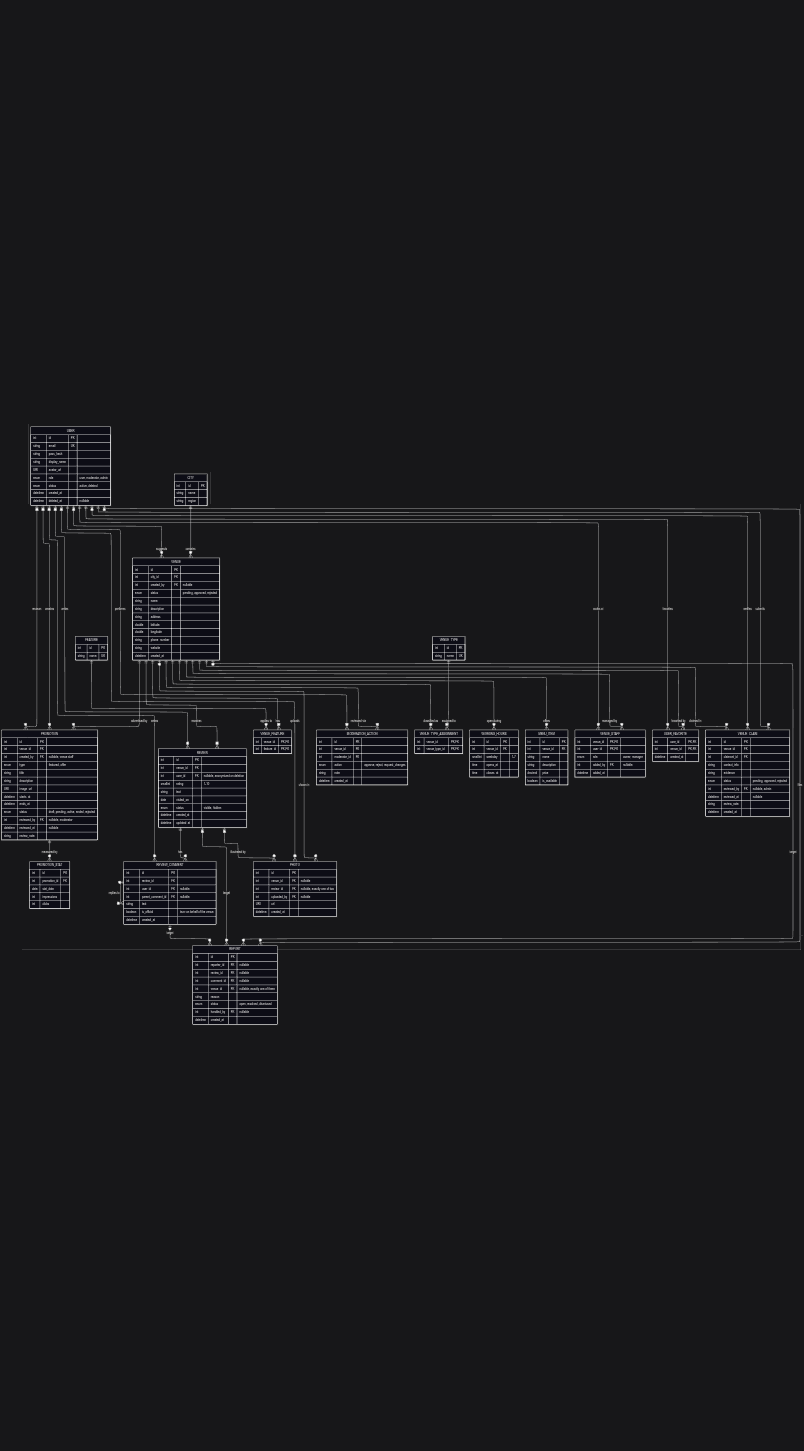
Before: labs/1 - ER Diagram/erDiagram.png, a diagram exported from Mermaid (therealsunfl0wer/shawarmap). Its source is kept beside it as labs/1 - ER Diagram/erDiagram.mmd. Source of this version:
```mermaid
---
config:
  layout: elk
---
erDiagram
    USER |o--o{ VENUE : "suggests"
    CITY ||--o{ VENUE : "contains"
    VENUE ||--o{ VENUE_TYPE_ASSIGNMENT : "classified as"
    VENUE_TYPE ||--o{ VENUE_TYPE_ASSIGNMENT : "assigned to"
    VENUE ||--o{ VENUE_FEATURE : "has"
    FEATURE ||--o{ VENUE_FEATURE : "applies to"
    USER ||--o{ USER_FAVORITE : "favorites"
    VENUE ||--o{ USER_FAVORITE : "favorited by"
    VENUE ||--o{ WORKING_HOURS : "open during"
    VENUE ||--o{ MENU_ITEM : "offers"
    VENUE ||--o{ MODERATION_ACTION : "reviewed via"
    USER ||--o{ MODERATION_ACTION : "performs"
    USER |o--o{ REVIEW : "writes"
    VENUE ||--o{ REVIEW : "receives"
    REVIEW ||--o{ REVIEW_COMMENT : "has"
    USER |o--o{ REVIEW_COMMENT : "writes"
    REVIEW_COMMENT |o--o{ REVIEW_COMMENT : "replies to"
    REVIEW |o--o{ PHOTO : "illustrated by"
    VENUE |o--o{ PHOTO : "shown in"
    USER |o--o{ PHOTO : "uploads"
    USER |o--o{ REPORT : "files"
    REVIEW |o--o{ REPORT : "target"
    REVIEW_COMMENT |o--o{ REPORT : "target"
    VENUE |o--o{ REPORT : "target"
    USER ||--o{ VENUE_CLAIM : "submits"
    USER |o--o{ VENUE_CLAIM : "verifies"
    VENUE ||--o{ VENUE_CLAIM : "claimed in"
    VENUE ||--o{ VENUE_STAFF : "managed by"
    USER ||--o{ VENUE_STAFF : "works at"
    VENUE ||--o{ PROMOTION : "advertised by"
    USER |o--o{ PROMOTION : "creates"
    USER |o--o{ PROMOTION : "reviews"
    PROMOTION ||--o{ PROMOTION_STAT : "measured by"

    USER {
        int id PK
        string email UK
        string pass_hash
        string display_name
        URI avatar_url
        enum role "user, moderator, admin"
        enum status "active, deleted"
        datetime created_at
        datetime deleted_at "nullable"
    }
    CITY {
        int id PK
        string name
        string region
    }
    VENUE {
        int id PK
        int city_id FK
        int created_by FK "nullable"
        enum status "pending, approved, rejected"
        string name
        string description
        string address
        double latitude
        double longitude
        string phone_number
        string website
        datetime created_at
    }
    VENUE_TYPE {
        int id PK
        string name UK
    }
    VENUE_TYPE_ASSIGNMENT {
        int venue_id PK, FK
        int venue_type_id PK, FK
    }
    FEATURE {
        int id PK
        string name UK
    }
    VENUE_FEATURE {
        int venue_id PK, FK
        int feature_id PK, FK
    }
    USER_FAVORITE {
        int user_id PK, FK
        int venue_id PK, FK
        datetime created_at
    }
    WORKING_HOURS {
        int id PK
        int venue_id FK
        smallint weekday "1-7"
        time opens_at
        time closes_at
    }
    MENU_ITEM {
        int id PK
        int venue_id FK
        string name
        string description
        decimal price
        boolean is_available
    }
    MODERATION_ACTION {
        int id PK
        int venue_id FK
        int moderator_id FK
        enum action "approve, reject, request_changes"
        string note
        datetime created_at
    }
    REVIEW {
        int id PK
        int venue_id FK
        int user_id FK "nullable, anonymized on deletion"
        smallint rating "1-10"
        string text
        date visited_on
        enum status "visible, hidden"
        datetime created_at
        datetime updated_at
    }
    REVIEW_COMMENT {
        int id PK
        int review_id FK
        int user_id FK "nullable"
        int parent_comment_id FK "nullable"
        string text
        boolean is_official "true: on behalf of the venue"
        datetime created_at
    }
    PHOTO {
        int id PK
        int venue_id FK "nullable"
        int review_id FK "nullable, exactly one of two"
        int uploaded_by FK "nullable"
        URI url
        datetime created_at
    }
    REPORT {
        int id PK
        int reporter_id FK "nullable"
        int review_id FK "nullable"
        int comment_id FK "nullable"
        int venue_id FK "nullable, exactly one of three"
        string reason
        enum status "open, resolved, dismissed"
        int handled_by FK "nullable"
        datetime created_at
    }
    VENUE_CLAIM {
        int id PK
        int venue_id FK
        int claimant_id FK
        string contact_info
        string evidence
        enum status "pending, approved, rejected"
        int reviewed_by FK "nullable, admin"
        datetime reviewed_at "nullable"
        string review_note
        datetime created_at
    }
    VENUE_STAFF {
        int venue_id PK, FK
        int user_id PK, FK
        enum role "owner, manager"
        int added_by FK "nullable"
        datetime added_at
    }
    PROMOTION {
        int id PK
        int venue_id FK
        int created_by FK "nullable, venue staff"
        enum type "featured, offer"
        string title
        string description
        URI image_url
        datetime starts_at
        datetime ends_at
        enum status "draft, pending, active, ended, rejected"
        int reviewed_by FK "nullable, moderator"
        datetime reviewed_at "nullable"
        string review_note
    }
    PROMOTION_STAT {
        int id PK
        int promotion_id FK
        date stat_date
        int impressions
        int clicks
    }
```
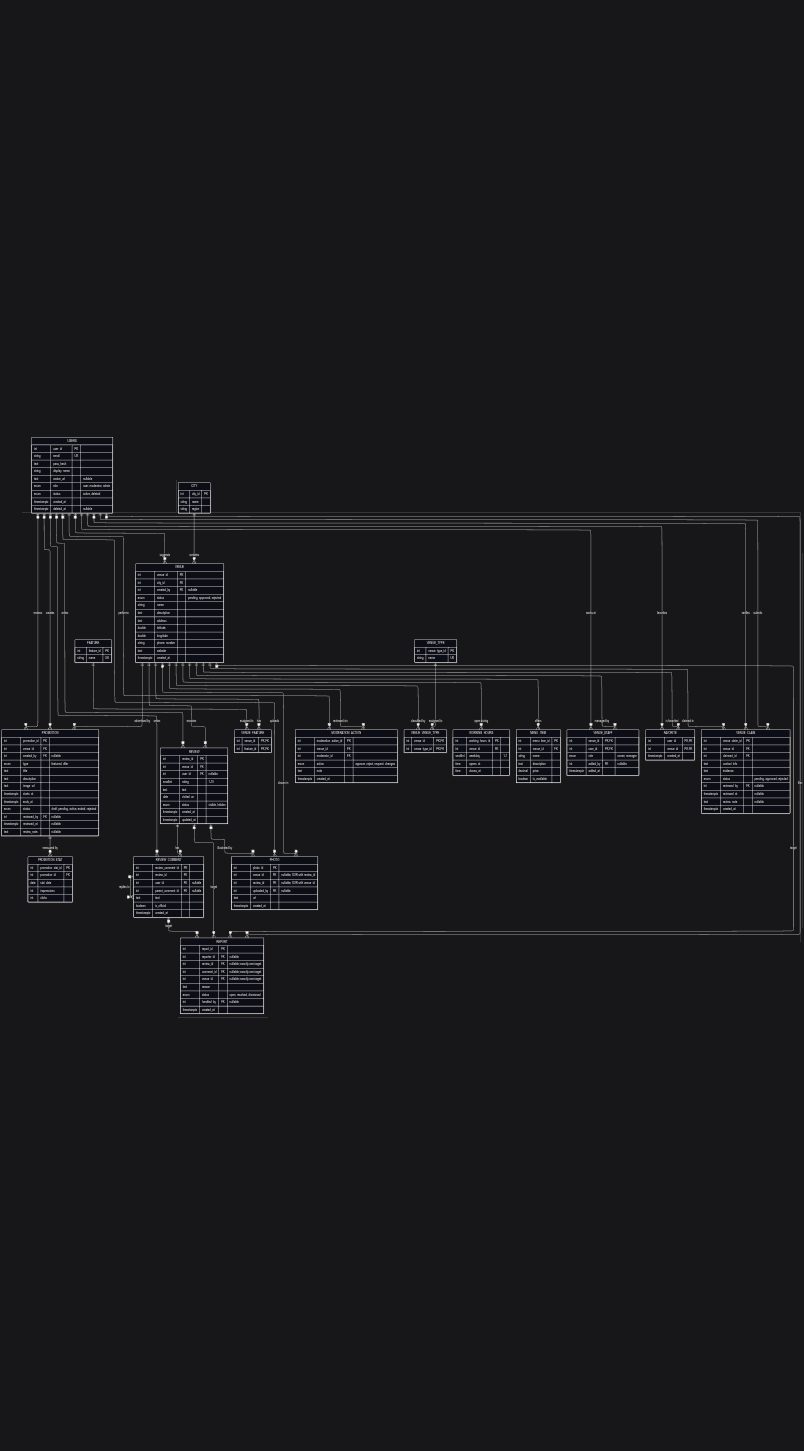
The same diagram one commit later.

Commit message:
align spec.md with the diagram, fix grammatical mistakes in ERD

What changed in the source:
```diff
@@ -3,189 +3,189 @@
   layout: elk
 ---
 erDiagram
-    USER |o--o{ VENUE : "suggests"
+    USERS |o--o{ VENUE : "suggests"
     CITY ||--o{ VENUE : "contains"
-    VENUE ||--o{ VENUE_TYPE_ASSIGNMENT : "classified as"
-    VENUE_TYPE ||--o{ VENUE_TYPE_ASSIGNMENT : "assigned to"
+    VENUE ||--o{ VENUE_VENUE_TYPE : "classified by"
+    VENUE_TYPE ||--o{ VENUE_VENUE_TYPE : "assigned to"
     VENUE ||--o{ VENUE_FEATURE : "has"
-    FEATURE ||--o{ VENUE_FEATURE : "applies to"
-    USER ||--o{ USER_FAVORITE : "favorites"
-    VENUE ||--o{ USER_FAVORITE : "favorited by"
+    FEATURE ||--o{ VENUE_FEATURE : "assigned to"
+    USERS ||--o{ FAVORITE : "favorites"
+    VENUE ||--o{ FAVORITE : "is favorited"
     VENUE ||--o{ WORKING_HOURS : "open during"
     VENUE ||--o{ MENU_ITEM : "offers"
     VENUE ||--o{ MODERATION_ACTION : "reviewed via"
-    USER ||--o{ MODERATION_ACTION : "performs"
-    USER |o--o{ REVIEW : "writes"
+    USERS ||--o{ MODERATION_ACTION : "performs"
+    USERS |o--o{ REVIEW : "writes"
     VENUE ||--o{ REVIEW : "receives"
     REVIEW ||--o{ REVIEW_COMMENT : "has"
-    USER |o--o{ REVIEW_COMMENT : "writes"
+    USERS |o--o{ REVIEW_COMMENT : "writes"
     REVIEW_COMMENT |o--o{ REVIEW_COMMENT : "replies to"
     REVIEW |o--o{ PHOTO : "illustrated by"
     VENUE |o--o{ PHOTO : "shown in"
-    USER |o--o{ PHOTO : "uploads"
-    USER |o--o{ REPORT : "files"
+    USERS |o--o{ PHOTO : "uploads"
+    USERS |o--o{ REPORT : "files"
     REVIEW |o--o{ REPORT : "target"
     REVIEW_COMMENT |o--o{ REPORT : "target"
     VENUE |o--o{ REPORT : "target"
-    USER ||--o{ VENUE_CLAIM : "submits"
-    USER |o--o{ VENUE_CLAIM : "verifies"
+    USERS ||--o{ VENUE_CLAIM : "submits"
+    USERS |o--o{ VENUE_CLAIM : "verifies"
     VENUE ||--o{ VENUE_CLAIM : "claimed in"
     VENUE ||--o{ VENUE_STAFF : "managed by"
-    USER ||--o{ VENUE_STAFF : "works at"
+    USERS ||--o{ VENUE_STAFF : "works at"
     VENUE ||--o{ PROMOTION : "advertised by"
-    USER |o--o{ PROMOTION : "creates"
-    USER |o--o{ PROMOTION : "reviews"
+    USERS |o--o{ PROMOTION : "creates"
+    USERS |o--o{ PROMOTION : "reviews"
     PROMOTION ||--o{ PROMOTION_STAT : "measured by"
 
-    USER {
-        int id PK
+    USERS {
+        int user_id PK
         string email UK
-        string pass_hash
+        text pass_hash
         string display_name
-        URI avatar_url
+        text avatar_url "nullable"
         enum role "user, moderator, admin"
         enum status "active, deleted"
-        datetime created_at
-        datetime deleted_at "nullable"
+        timestamptz created_at
+        timestamptz deleted_at "nullable"
     }
     CITY {
-        int id PK
+        int city_id PK
         string name
         string region
     }
     VENUE {
-        int id PK
+        int venue_id PK
         int city_id FK
         int created_by FK "nullable"
         enum status "pending, approved, rejected"
         string name
-        string description
-        string address
+        text description
+        text address
         double latitude
         double longitude
         string phone_number
-        string website
-        datetime created_at
+        text website
+        timestamptz created_at
     }
     VENUE_TYPE {
-        int id PK
+        int venue_type_id PK
         string name UK
     }
-    VENUE_TYPE_ASSIGNMENT {
+    VENUE_VENUE_TYPE {
         int venue_id PK, FK
         int venue_type_id PK, FK
     }
     FEATURE {
-        int id PK
+        int feature_id PK
         string name UK
     }
     VENUE_FEATURE {
         int venue_id PK, FK
         int feature_id PK, FK
     }
-    USER_FAVORITE {
+    FAVORITE {
         int user_id PK, FK
         int venue_id PK, FK
-        datetime created_at
+        timestamptz created_at
     }
     WORKING_HOURS {
-        int id PK
+        int working_hours_id PK
         int venue_id FK
         smallint weekday "1-7"
         time opens_at
         time closes_at
     }
     MENU_ITEM {
-        int id PK
+        int menu_item_id PK
         int venue_id FK
         string name
-        string description
+        text description
         decimal price
         boolean is_available
     }
     MODERATION_ACTION {
-        int id PK
+        int moderation_action_id PK
         int venue_id FK
         int moderator_id FK
         enum action "approve, reject, request_changes"
-        string note
-        datetime created_at
+        text note
+        timestamptz created_at
     }
     REVIEW {
-        int id PK
+        int review_id PK
         int venue_id FK
-        int user_id FK "nullable, anonymized on deletion"
+        int user_id FK "nullable"
         smallint rating "1-10"
-        string text
+        text text
         date visited_on
         enum status "visible, hidden"
-        datetime created_at
-        datetime updated_at
-    }
-    REVIEW_COMMENT {
-        int id PK
-        int review_id FK
-        int user_id FK "nullable"
-        int parent_comment_id FK "nullable"
-        string text
-        boolean is_official "true: on behalf of the venue"
-        datetime created_at
-    }
-    PHOTO {
-        int id PK
-        int venue_id FK "nullable"
-        int review_id FK "nullable, exactly one of two"
-        int uploaded_by FK "nullable"
-        URI url
-        datetime created_at
-    }
-    REPORT {
-        int id PK
-        int reporter_id FK "nullable"
-        int review_id FK "nullable"
-        int comment_id FK "nullable"
-        int venue_id FK "nullable, exactly one of three"
-        string reason
-        enum status "open, resolved, dismissed"
-        int handled_by FK "nullable"
-        datetime created_at
+        timestamptz created_at
+        timestamptz updated_at
     }
     VENUE_CLAIM {
-        int id PK
+        int venue_claim_id PK
         int venue_id FK
         int claimant_id FK
-        string contact_info
-        string evidence
+        text contact_info
+        text evidence
         enum status "pending, approved, rejected"
-        int reviewed_by FK "nullable, admin"
-        datetime reviewed_at "nullable"
-        string review_note
-        datetime created_at
+        int reviewed_by FK "nullable"
+        timestamptz reviewed_at "nullable"
+        text review_note "nullable"
+        timestamptz created_at
     }
     VENUE_STAFF {
         int venue_id PK, FK
         int user_id PK, FK
         enum role "owner, manager"
         int added_by FK "nullable"
-        datetime added_at
+        timestamptz added_at
     }
     PROMOTION {
-        int id PK
+        int promotion_id PK
         int venue_id FK
-        int created_by FK "nullable, venue staff"
+        int created_by FK "nullable"
         enum type "featured, offer"
-        string title
-        string description
-        URI image_url
-        datetime starts_at
-        datetime ends_at
+        text title
+        text description
+        text image_url
+        timestamptz starts_at
+        timestamptz ends_at
         enum status "draft, pending, active, ended, rejected"
-        int reviewed_by FK "nullable, moderator"
-        datetime reviewed_at "nullable"
-        string review_note
+        int reviewed_by FK "nullable"
+        timestamptz reviewed_at "nullable"
+        text review_note "nullable"
+    }
+    REVIEW_COMMENT {
+        int review_comment_id PK
+        int review_id FK
+        int user_id FK "nullable"
+        int parent_comment_id FK "nullable"
+        text text
+        boolean is_official
+        timestamptz created_at
+    }
+    PHOTO {
+        int photo_id PK
+        int venue_id FK "nullable; XOR with review_id"
+        int review_id FK "nullable; XOR with venue_id"
+        int uploaded_by FK "nullable"
+        text url
+        timestamptz created_at
+    }
+    REPORT {
+        int report_id PK
+        int reporter_id FK "nullable"
+        int review_id FK "nullable; exactly one target"
+        int comment_id FK "nullable; exactly one target"
+        int venue_id FK "nullable; exactly one target"
+        text reason
+        enum status "open, resolved, dismissed"
+        int handled_by FK "nullable"
+        timestamptz created_at
     }
     PROMOTION_STAT {
-        int id PK
+        int promotion_stat_id PK
         int promotion_id FK
         date stat_date
         int impressions
```
